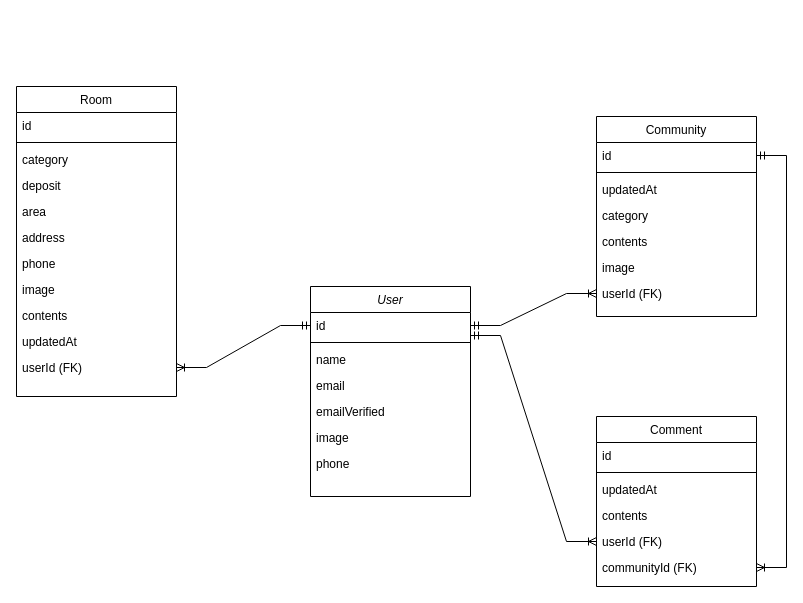
9yu9yu81/study_nextJs_realEstate keeps this draw.io diagram as ERD/myspotERD.drawio. Above is the earlier version. Source tidied: cells renumbered, new cells numbered last; positions are measured from the earlier drawing's top-left corner, leaving out a move shared by most shapes. Both pictures are drawn from the tidied source at 100%, with x=0, y=0 at pixel (16, 86).
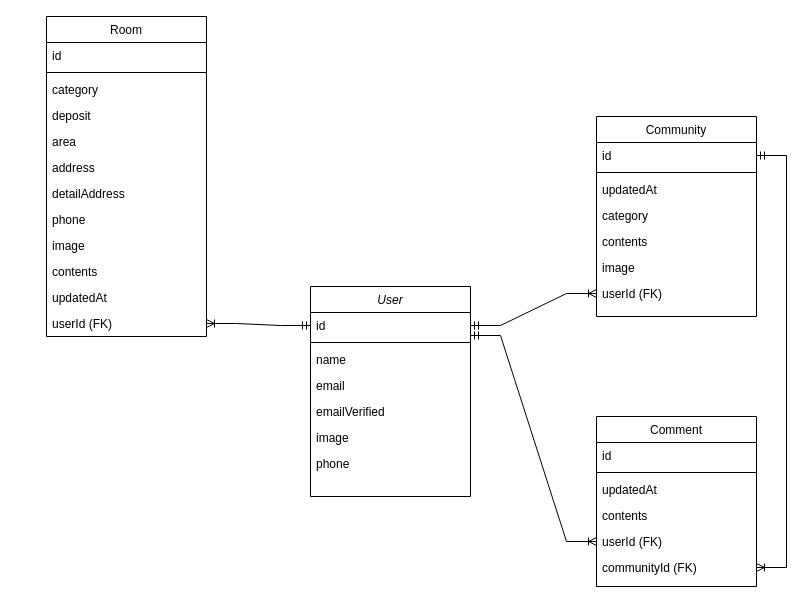
The same page after the edit.

The edit, as a diff of the source:
```diff
@@
     <mxCell id="18" value="Room" style="swimlane;fontStyle=0;align=center;verticalAlign=top;horizontal=1;startSize=26;rounded=0;shadow=0;strokeWidth=1;" parent="1" vertex="1">
-      <mxGeometry width="160" height="310" as="geometry" />
+      <mxGeometry x="30" y="-70" width="160" height="320" as="geometry" />
     </mxCell>
@@
+    <mxCell id="41" value="detailAddress" style="text;align=left;verticalAlign=top;spacingLeft=4;spacingRight=4;overflow=hidden;rounded=0;shadow=0;html=0;" parent="18" vertex="1">
+      <mxGeometry y="164" width="160" height="26" as="geometry" />
+    </mxCell>
     <mxCell id="25" value="phone" style="text;align=left;verticalAlign=top;spacingLeft=4;spacingRight=4;overflow=hidden;rounded=0;shadow=0;html=0;" parent="18" vertex="1">
-      <mxGeometry y="164" width="160" height="26" as="geometry" />
+      <mxGeometry y="190" width="160" height="26" as="geometry" />
     </mxCell>
     <mxCell id="26" value="image" style="text;align=left;verticalAlign=top;spacingLeft=4;spacingRight=4;overflow=hidden;rounded=0;shadow=0;html=0;" parent="18" vertex="1">
-      <mxGeometry y="190" width="160" height="26" as="geometry" />
+      <mxGeometry y="216" width="160" height="26" as="geometry" />
     </mxCell>
     <mxCell id="27" value="contents" style="text;align=left;verticalAlign=top;spacingLeft=4;spacingRight=4;overflow=hidden;rounded=0;shadow=0;html=0;" parent="18" vertex="1">
-      <mxGeometry y="216" width="160" height="26" as="geometry" />
+      <mxGeometry y="242" width="160" height="26" as="geometry" />
     </mxCell>
     <mxCell id="28" value="updatedAt   " style="text;align=left;verticalAlign=top;spacingLeft=4;spacingRight=4;overflow=hidden;rounded=0;shadow=0;html=0;" parent="18" vertex="1">
-      <mxGeometry y="242" width="160" height="26" as="geometry" />
+      <mxGeometry y="268" width="160" height="26" as="geometry" />
     </mxCell>
     <mxCell id="29" value="userId (FK)" style="text;align=left;verticalAlign=top;spacingLeft=4;spacingRight=4;overflow=hidden;points=[[0,0.5],[1,0.5]];portConstraint=eastwest;rounded=0;shadow=0;html=0;" parent="18" vertex="1">
-      <mxGeometry y="268" width="160" height="26" as="geometry" />
+      <mxGeometry y="294" width="160" height="26" as="geometry" />
     </mxCell>
```
